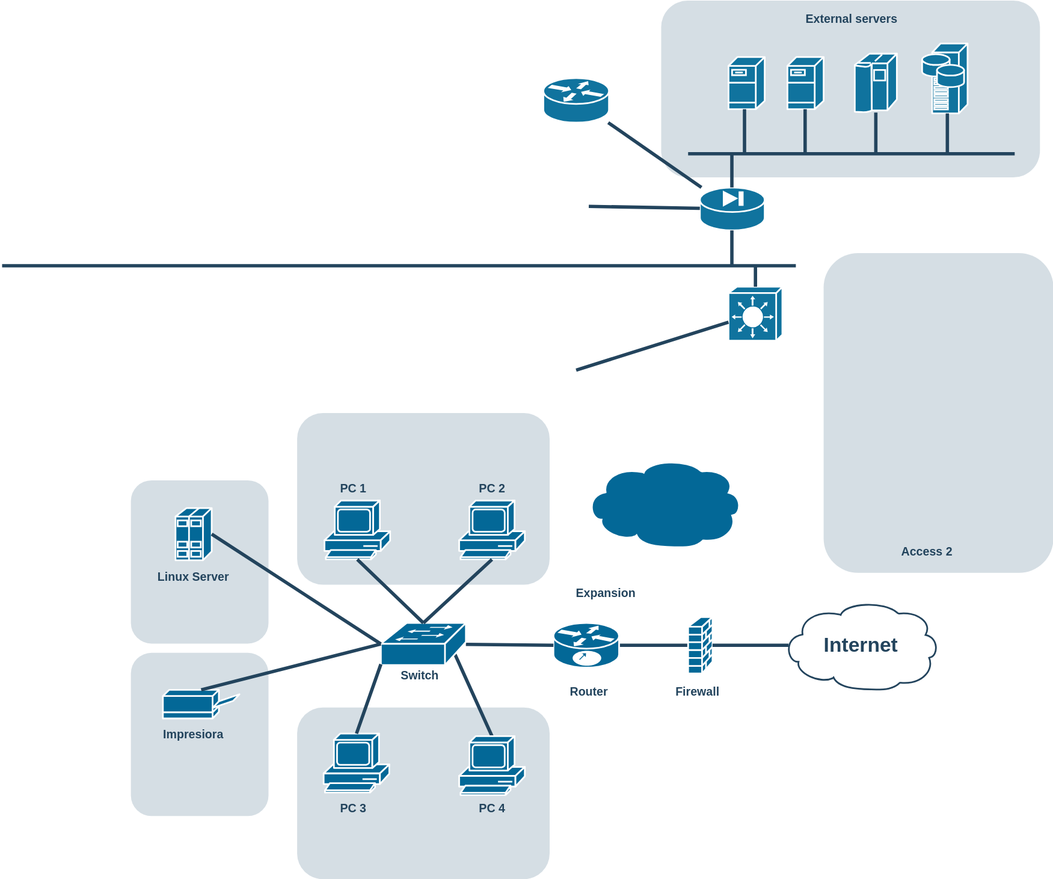
Above: Esquema de red Bookhub.svg in DemoNxriN/Bookhub (draw.io), before the change. Source tidied: cells renumbered, new cells last; positions are measured from the earlier drawing's top-left corner, leaving out a move shared by most shapes.
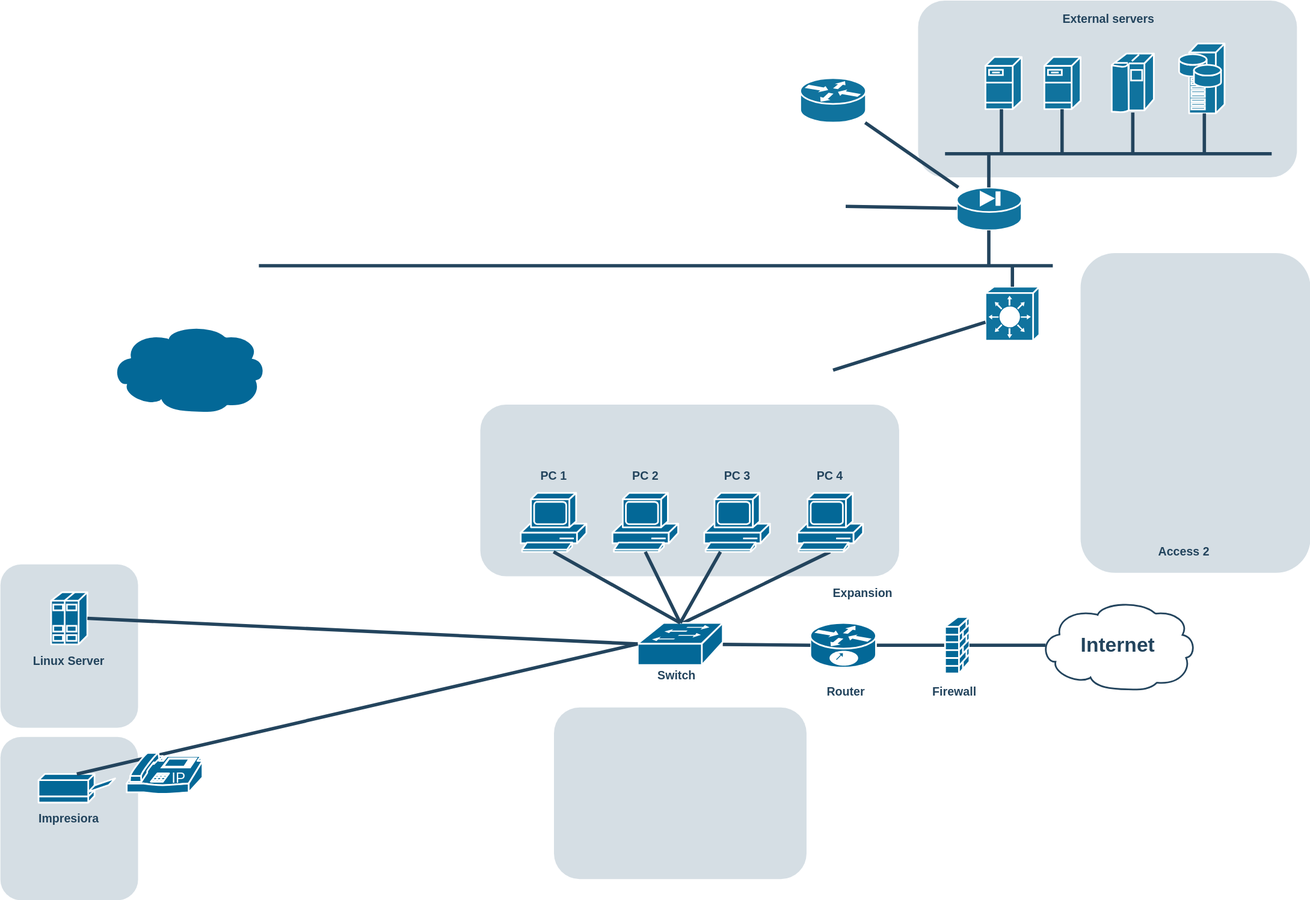
Above is the later version.

What changed in the source:
```diff
@@ -3,7 +3,7 @@
     <mxCell id="0" />
     <mxCell id="1" parent="0" />
     <mxCell id="2" style="rounded=1;whiteSpace=wrap;html=1;strokeColor=none;fillColor=#BAC8D3;fontSize=24;fontColor=#23445D;align=center;opacity=60;" parent="1" vertex="1">
-      <mxGeometry x="350.5" y="490" width="300" height="204" as="geometry" />
+      <mxGeometry x="263" y="480" width="497.5" height="204" as="geometry" />
     </mxCell>
     <mxCell id="3" style="rounded=1;whiteSpace=wrap;html=1;strokeColor=none;fillColor=#BAC8D3;fontSize=24;fontColor=#23445D;align=center;opacity=60;" parent="1" vertex="1">
       <mxGeometry x="350.5" y="840" width="300" height="204" as="geometry" />
@@ -12,7 +12,7 @@
       <mxGeometry x="976" y="300" width="273" height="380" as="geometry" />
     </mxCell>
     <mxCell id="5" style="rounded=1;whiteSpace=wrap;html=1;strokeColor=none;fillColor=#BAC8D3;fontSize=24;fontColor=#23445D;align=center;opacity=60;" parent="1" vertex="1">
-      <mxGeometry x="153" y="570" width="163.5" height="194" as="geometry" />
+      <mxGeometry x="-307" y="670" width="163.5" height="194" as="geometry" />
     </mxCell>
     <mxCell id="6" style="rounded=1;whiteSpace=wrap;html=1;strokeColor=none;fillColor=#BAC8D3;fontSize=24;fontColor=#23445D;align=center;opacity=60;" parent="1" vertex="1">
       <mxGeometry x="783" width="450" height="210" as="geometry" />
@@ -98,8 +98,10 @@
     <mxCell id="27" style="rounded=1;html=1;strokeColor=#23445D;endArrow=none;endFill=0;strokeWidth=4;exitX=1;exitY=0.5;exitDx=0;exitDy=0;exitPerimeter=0;entryX=0;entryY=0.5;entryDx=0;entryDy=0;entryPerimeter=0;" parent="1" edge="1" source="31" target="45">
       <mxGeometry relative="1" as="geometry" />
     </mxCell>
-    <mxCell id="28" style="rounded=1;html=1;strokeColor=#23445D;endArrow=none;endFill=0;strokeWidth=4;entryX=0.5;entryY=0;entryDx=0;entryDy=0;entryPerimeter=0;exitX=0.87;exitY=0.74;exitDx=0;exitDy=0;exitPerimeter=0;" parent="1" edge="1" source="34" target="35">
-      <mxGeometry relative="1" as="geometry" />
+    <mxCell id="28" style="rounded=1;html=1;strokeColor=#23445D;endArrow=none;endFill=0;strokeWidth=4;entryX=0.5;entryY=1;entryDx=0;entryDy=0;entryPerimeter=0;" parent="1" edge="1" target="35">
+      <mxGeometry relative="1" as="geometry">
+        <mxPoint x="503" y="740" as="sourcePoint" />
+      </mxGeometry>
     </mxCell>
     <mxCell id="29" value="&lt;font color=&quot;#23445d&quot;&gt;External servers&lt;/font&gt;" style="rounded=1;whiteSpace=wrap;html=1;strokeColor=none;fillColor=none;fontSize=14;fontColor=#742B21;align=center;fontStyle=1;" parent="1" vertex="1">
       <mxGeometry x="938" y="12" width="143" height="19" as="geometry" />
@@ -120,19 +122,19 @@
       <mxGeometry x="450" y="739.5" width="101" height="50" as="geometry" />
     </mxCell>
     <mxCell id="35" style="shape=mxgraph.cisco.computers_and_peripherals.pc;sketch=0;html=1;dashed=0;fillColor=#036897;strokeColor=#ffffff;strokeWidth=2;verticalLabelPosition=bottom;verticalAlign=top;align=center;outlineConnect=0;" parent="1" vertex="1">
-      <mxGeometry x="543" y="874" width="78" height="70" as="geometry" />
+      <mxGeometry x="639.5" y="585" width="78" height="70" as="geometry" />
     </mxCell>
     <mxCell id="36" style="shape=mxgraph.cisco.computers_and_peripherals.pc;sketch=0;html=1;dashed=0;fillColor=#036897;strokeColor=#ffffff;strokeWidth=2;verticalLabelPosition=bottom;verticalAlign=top;align=center;outlineConnect=0;" parent="1" vertex="1">
-      <mxGeometry x="382" y="871" width="78" height="70" as="geometry" />
+      <mxGeometry x="529" y="585" width="78" height="70" as="geometry" />
     </mxCell>
-    <mxCell id="37" style="rounded=1;html=1;strokeColor=#23445D;endArrow=none;endFill=0;strokeWidth=4;exitX=0;exitY=0.98;exitDx=0;exitDy=0;exitPerimeter=0;entryX=0.5;entryY=0;entryDx=0;entryDy=0;entryPerimeter=0;" parent="1" edge="1" source="34" target="36">
+    <mxCell id="37" style="rounded=1;html=1;strokeColor=#23445D;endArrow=none;endFill=0;strokeWidth=4;exitX=0.5;exitY=0;exitDx=0;exitDy=0;exitPerimeter=0;" parent="1" edge="1" source="34" target="36">
       <mxGeometry relative="1" as="geometry" />
     </mxCell>
     <mxCell id="38" style="shape=mxgraph.cisco.computers_and_peripherals.pc;sketch=0;html=1;dashed=0;fillColor=#036897;strokeColor=#ffffff;strokeWidth=2;verticalLabelPosition=bottom;verticalAlign=top;align=center;outlineConnect=0;" parent="1" vertex="1">
-      <mxGeometry x="383" y="594" width="78" height="70" as="geometry" />
+      <mxGeometry x="311" y="585" width="78" height="70" as="geometry" />
     </mxCell>
     <mxCell id="39" style="shape=mxgraph.cisco.computers_and_peripherals.pc;sketch=0;html=1;dashed=0;fillColor=#036897;strokeColor=#ffffff;strokeWidth=2;verticalLabelPosition=bottom;verticalAlign=top;align=center;outlineConnect=0;" parent="1" vertex="1">
-      <mxGeometry x="543" y="594" width="78" height="70" as="geometry" />
+      <mxGeometry x="420" y="585" width="78" height="70" as="geometry" />
     </mxCell>
     <mxCell id="40" style="rounded=1;html=1;strokeColor=#23445D;endArrow=none;endFill=0;strokeWidth=4;entryX=0.5;entryY=0;entryDx=0;entryDy=0;entryPerimeter=0;exitX=0.5;exitY=1;exitDx=0;exitDy=0;exitPerimeter=0;" parent="1" edge="1" source="38" target="34">
       <mxGeometry relative="1" as="geometry" />
@@ -141,13 +143,13 @@
       <mxGeometry relative="1" as="geometry" />
     </mxCell>
     <mxCell id="42" style="shape=mxgraph.cisco.servers.standard_host;sketch=0;html=1;dashed=0;fillColor=#036897;strokeColor=#ffffff;strokeWidth=2;verticalLabelPosition=bottom;verticalAlign=top;align=center;outlineConnect=0;" parent="1" vertex="1">
-      <mxGeometry x="206" y="603" width="43" height="62" as="geometry" />
+      <mxGeometry x="-246.8" y="703" width="43" height="62" as="geometry" />
     </mxCell>
     <mxCell id="43" style="rounded=1;html=1;endArrow=none;endFill=0;strokeColor=#23445D;strokeWidth=4;fontSize=14;fontColor=#990000;entryX=1;entryY=0.5;entryDx=0;entryDy=0;entryPerimeter=0;exitX=0;exitY=0.5;exitDx=0;exitDy=0;exitPerimeter=0;" parent="1" edge="1" source="34" target="42">
       <mxGeometry relative="1" as="geometry" />
     </mxCell>
     <mxCell id="44" style="shape=mxgraph.cisco.storage.cloud;sketch=0;html=1;dashed=0;fillColor=#036897;strokeColor=#ffffff;strokeWidth=2;verticalLabelPosition=bottom;verticalAlign=top;align=center;" parent="1" vertex="1">
-      <mxGeometry x="693" y="544" width="186" height="106" as="geometry" />
+      <mxGeometry x="-177" y="384" width="186" height="106" as="geometry" />
     </mxCell>
     <mxCell id="45" style="shape=mxgraph.cisco.security.firewall;sketch=0;html=1;dashed=0;fillColor=#036897;strokeColor=#ffffff;strokeWidth=2;verticalLabelPosition=bottom;verticalAlign=top;align=center;outlineConnect=0;" parent="1" vertex="1">
       <mxGeometry x="815" y="732.5" width="29" height="67" as="geometry" />
@@ -165,31 +167,34 @@
       <mxGeometry x="442" y="792" width="109" height="19" as="geometry" />
     </mxCell>
     <mxCell id="50" value="&lt;font color=&quot;#23445d&quot;&gt;PC 3&lt;/font&gt;" style="rounded=1;whiteSpace=wrap;html=1;strokeColor=none;fillColor=none;fontSize=14;fontColor=#742B21;align=center;fontStyle=1;" parent="1" vertex="1">
-      <mxGeometry x="363" y="950" width="109" height="19" as="geometry" />
+      <mxGeometry x="513.5" y="555" width="109" height="19" as="geometry" />
     </mxCell>
     <mxCell id="51" value="&lt;font color=&quot;#23445d&quot;&gt;PC 4&lt;/font&gt;" style="rounded=1;whiteSpace=wrap;html=1;strokeColor=none;fillColor=none;fontSize=14;fontColor=#742B21;align=center;fontStyle=1;" parent="1" vertex="1">
-      <mxGeometry x="527.5" y="950" width="109" height="19" as="geometry" />
+      <mxGeometry x="624" y="555" width="109" height="19" as="geometry" />
     </mxCell>
     <mxCell id="52" value="&lt;font color=&quot;#23445d&quot;&gt;PC 1&lt;/font&gt;" style="rounded=1;whiteSpace=wrap;html=1;strokeColor=none;fillColor=none;fontSize=14;fontColor=#742B21;align=center;fontStyle=1;" parent="1" vertex="1">
-      <mxGeometry x="363" y="570" width="109" height="19" as="geometry" />
+      <mxGeometry x="295.5" y="555" width="109" height="19" as="geometry" />
     </mxCell>
     <mxCell id="53" value="&lt;font color=&quot;#23445d&quot;&gt;PC 2&lt;/font&gt;" style="rounded=1;whiteSpace=wrap;html=1;strokeColor=none;fillColor=none;fontSize=14;fontColor=#742B21;align=center;fontStyle=1;" parent="1" vertex="1">
-      <mxGeometry x="527.5" y="570" width="109" height="19" as="geometry" />
+      <mxGeometry x="404.5" y="555" width="109" height="19" as="geometry" />
     </mxCell>
     <mxCell id="54" value="&lt;font color=&quot;#23445d&quot;&gt;Linux Server&lt;/font&gt;" style="rounded=1;whiteSpace=wrap;html=1;strokeColor=none;fillColor=none;fontSize=14;fontColor=#742B21;align=center;fontStyle=1;" parent="1" vertex="1">
-      <mxGeometry x="173" y="675" width="109" height="19" as="geometry" />
+      <mxGeometry x="-279.8" y="775" width="109" height="19" as="geometry" />
     </mxCell>
     <mxCell id="55" style="rounded=1;whiteSpace=wrap;html=1;strokeColor=none;fillColor=#BAC8D3;fontSize=24;fontColor=#23445D;align=center;opacity=60;" parent="1" vertex="1">
-      <mxGeometry x="153" y="775" width="163.5" height="194" as="geometry" />
+      <mxGeometry x="-307" y="875" width="163.5" height="194" as="geometry" />
     </mxCell>
     <mxCell id="56" style="shape=mxgraph.cisco.computers_and_peripherals.printer;sketch=0;html=1;dashed=0;fillColor=#036897;strokeColor=#ffffff;strokeWidth=2;verticalLabelPosition=bottom;verticalAlign=top;align=center;outlineConnect=0;" parent="1" vertex="1">
-      <mxGeometry x="191" y="819" width="91" height="34" as="geometry" />
+      <mxGeometry x="-261.8" y="919" width="91" height="34" as="geometry" />
     </mxCell>
     <mxCell id="57" value="&lt;font color=&quot;#23445d&quot;&gt;Impresiora&lt;/font&gt;" style="rounded=1;whiteSpace=wrap;html=1;strokeColor=none;fillColor=none;fontSize=14;fontColor=#742B21;align=center;fontStyle=1;" parent="1" vertex="1">
-      <mxGeometry x="173" y="862.5" width="109" height="19" as="geometry" />
+      <mxGeometry x="-279.8" y="962.5" width="109" height="19" as="geometry" />
     </mxCell>
     <mxCell id="58" style="rounded=1;html=1;endArrow=none;endFill=0;strokeColor=#23445D;strokeWidth=4;fontSize=14;fontColor=#990000;exitX=0;exitY=0.5;exitDx=0;exitDy=0;exitPerimeter=0;entryX=0.5;entryY=0;entryDx=0;entryDy=0;entryPerimeter=0;" parent="1" edge="1" source="34" target="56">
       <mxGeometry relative="1" as="geometry" />
     </mxCell>
+    <mxCell id="59" style="shape=mxgraph.cisco.modems_and_phones.ip_phone;sketch=0;html=1;dashed=0;fillColor=#036897;strokeColor=#ffffff;strokeWidth=2;verticalLabelPosition=bottom;verticalAlign=top;align=center;" parent="1" vertex="1">
+      <mxGeometry x="-157" y="894" width="90" height="50" as="geometry" />
+    </mxCell>
   </root>
 </mxGraphModel>
```
